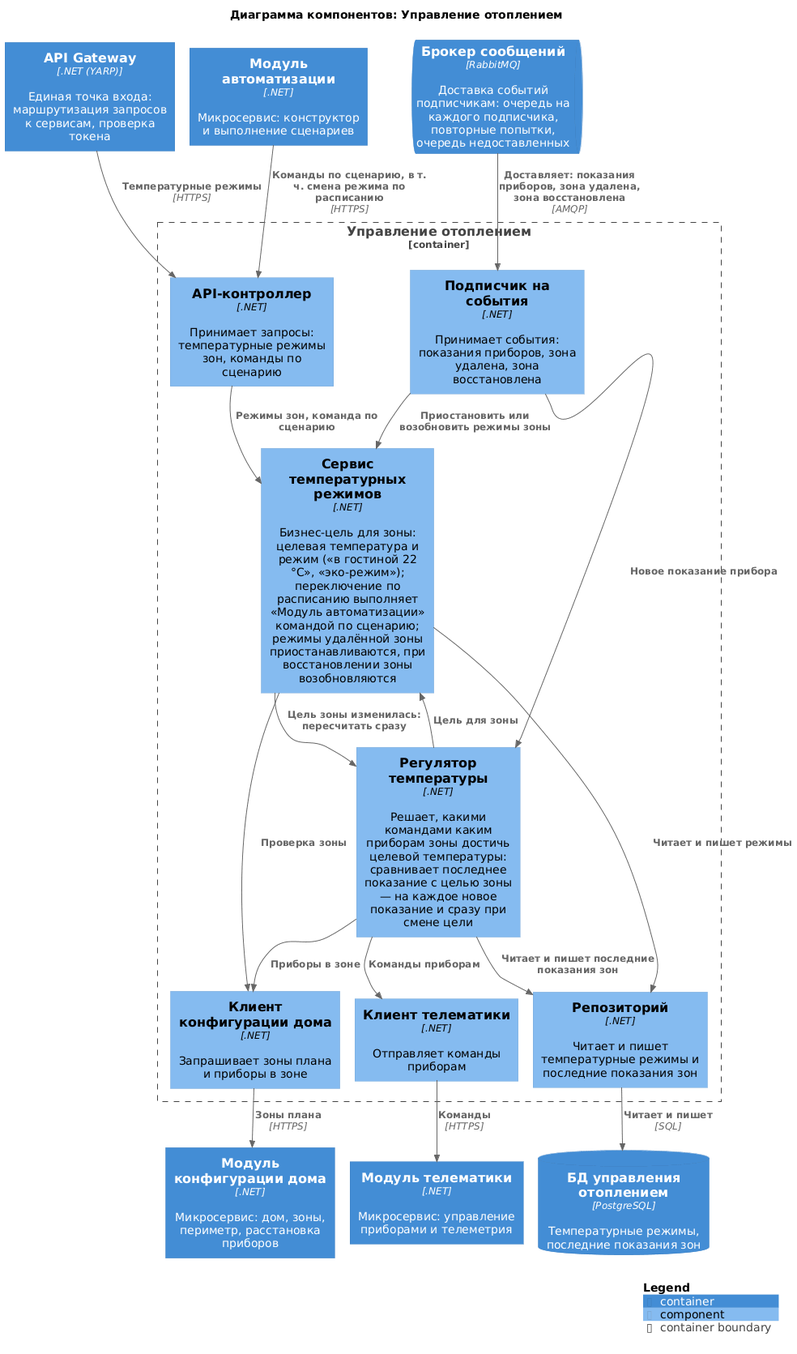
Above: diagrams/components/heating.png in Lyamin-av/architecture-warmhouse (PlantUML), before the change. Its diagram source:
```plantuml
@startuml heating
!include <C4/C4_Component>

title Диаграмма компонентов: Управление отоплением

Container(Gateway, "API Gateway", ".NET (YARP)", "Единая точка входа: маршрутизация запросов к сервисам, проверка токена")
Container(Automation, "Модуль автоматизации", ".NET", "Микросервис: конструктор и выполнение сценариев")
Container(HouseConfigurator, "Модуль конфигурации дома", ".NET", "Микросервис: дом, зоны, периметр, расстановка приборов")
Container(Telematics, "Модуль телематики", ".NET", "Микросервис: управление приборами и телеметрия")
ContainerQueue(Broker, "Брокер сообщений", "RabbitMQ", "Доставка событий подписчикам: очередь на каждого подписчика, повторные попытки, очередь недоставленных")
ContainerDb(dbHeating, "БД управления отоплением", "PostgreSQL", "Температурные режимы, последние показания зон")

Container_Boundary(Heating, "Управление отоплением") {
    Component(api, "API-контроллер", ".NET", "Принимает запросы: температурные режимы зон, команды по сценарию")
    Component(regimes, "Сервис температурных режимов", ".NET", "Бизнес-цель для зоны: целевая температура и режим («в гостиной 22 °C», «эко-режим»); переключение по расписанию выполняет «Модуль автоматизации» командой по сценарию; режимы удалённой зоны приостанавливаются, при восстановлении зоны возобновляются")
    Component(regulator, "Регулятор температуры", ".NET", "Решает, какими командами каким приборам зоны достичь целевой температуры: сравнивает последнее показание с целью зоны — на каждое новое показание и сразу при смене цели")
    Component(subscriber, "Подписчик на события", ".NET", "Принимает события: показания приборов, зона удалена, зона восстановлена")
    Component(hcClient, "Клиент конфигурации дома", ".NET", "Запрашивает зоны плана и приборы в зоне")
    Component(tmClient, "Клиент телематики", ".NET", "Отправляет команды приборам")
    Component(repo, "Репозиторий", ".NET", "Читает и пишет температурные режимы и последние показания зон")
}

Rel(Gateway, api, "Температурные режимы", "HTTPS")
Rel(Automation, api, "Команды по сценарию, в т. ч. смена режима по расписанию", "HTTPS")
Rel(Broker, subscriber, "Доставляет: показания приборов, зона удалена, зона восстановлена", "AMQP")

Rel(api, regimes, "Режимы зон, команда по сценарию")
Rel(subscriber, regimes, "Приостановить или возобновить режимы зоны")
Rel(subscriber, regulator, "Новое показание прибора")
Rel(regimes, hcClient, "Проверка зоны")
Rel(regulator, regimes, "Цель для зоны")
Rel(regimes, regulator, "Цель зоны изменилась: пересчитать сразу")
Rel(regulator, hcClient, "Приборы в зоне")
Rel(regulator, tmClient, "Команды приборам")
Rel(hcClient, HouseConfigurator, "Зоны плана", "HTTPS")
Rel(tmClient, Telematics, "Команды", "HTTPS")

Rel(regimes, repo, "Читает и пишет режимы")
Rel(regulator, repo, "Читает и пишет последние показания зон")
Rel(repo, dbHeating, "Читает и пишет", "SQL")

SHOW_LEGEND()
@enduml
```
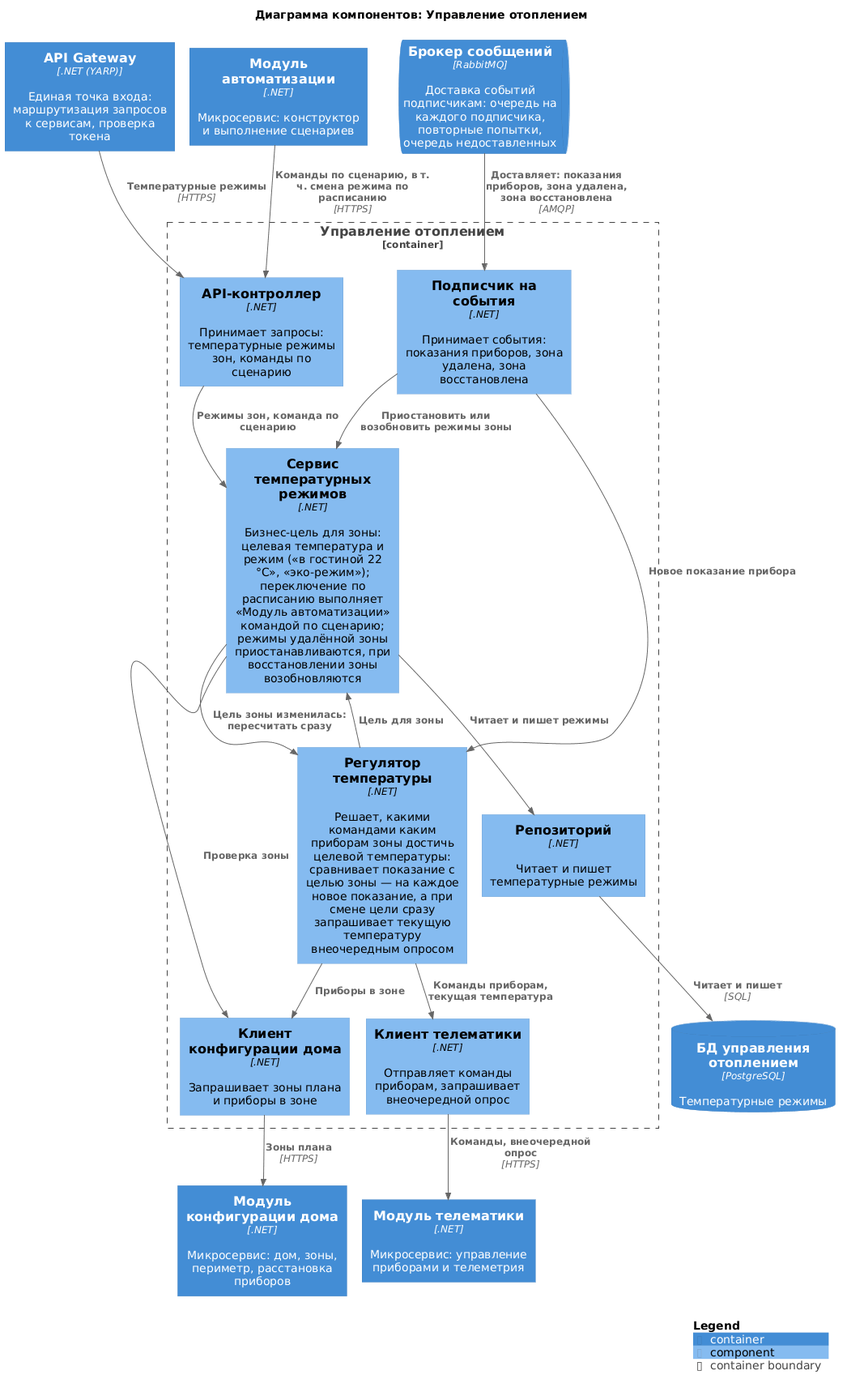
After the commit.

Commit message:
Отопление: при смене цели внеочередной опрос текущей температуры

What changed in the source:
```diff
@@ -8,16 +8,16 @@
 Container(HouseConfigurator, "Модуль конфигурации дома", ".NET", "Микросервис: дом, зоны, периметр, расстановка приборов")
 Container(Telematics, "Модуль телематики", ".NET", "Микросервис: управление приборами и телеметрия")
 ContainerQueue(Broker, "Брокер сообщений", "RabbitMQ", "Доставка событий подписчикам: очередь на каждого подписчика, повторные попытки, очередь недоставленных")
-ContainerDb(dbHeating, "БД управления отоплением", "PostgreSQL", "Температурные режимы, последние показания зон")
+ContainerDb(dbHeating, "БД управления отоплением", "PostgreSQL", "Температурные режимы")
 
 Container_Boundary(Heating, "Управление отоплением") {
     Component(api, "API-контроллер", ".NET", "Принимает запросы: температурные режимы зон, команды по сценарию")
     Component(regimes, "Сервис температурных режимов", ".NET", "Бизнес-цель для зоны: целевая температура и режим («в гостиной 22 °C», «эко-режим»); переключение по расписанию выполняет «Модуль автоматизации» командой по сценарию; режимы удалённой зоны приостанавливаются, при восстановлении зоны возобновляются")
-    Component(regulator, "Регулятор температуры", ".NET", "Решает, какими командами каким приборам зоны достичь целевой температуры: сравнивает последнее показание с целью зоны — на каждое новое показание и сразу при смене цели")
+    Component(regulator, "Регулятор температуры", ".NET", "Решает, какими командами каким приборам зоны достичь целевой температуры: сравнивает показание с целью зоны — на каждое новое показание, а при смене цели сразу запрашивает текущую температуру внеочередным опросом")
     Component(subscriber, "Подписчик на события", ".NET", "Принимает события: показания приборов, зона удалена, зона восстановлена")
     Component(hcClient, "Клиент конфигурации дома", ".NET", "Запрашивает зоны плана и приборы в зоне")
-    Component(tmClient, "Клиент телематики", ".NET", "Отправляет команды приборам")
-    Component(repo, "Репозиторий", ".NET", "Читает и пишет температурные режимы и последние показания зон")
+    Component(tmClient, "Клиент телематики", ".NET", "Отправляет команды приборам, запрашивает внеочередной опрос")
+    Component(repo, "Репозиторий", ".NET", "Читает и пишет температурные режимы")
 }
 
 Rel(Gateway, api, "Температурные режимы", "HTTPS")
@@ -31,12 +31,11 @@
 Rel(regulator, regimes, "Цель для зоны")
 Rel(regimes, regulator, "Цель зоны изменилась: пересчитать сразу")
 Rel(regulator, hcClient, "Приборы в зоне")
-Rel(regulator, tmClient, "Команды приборам")
+Rel(regulator, tmClient, "Команды приборам, текущая температура")
 Rel(hcClient, HouseConfigurator, "Зоны плана", "HTTPS")
-Rel(tmClient, Telematics, "Команды", "HTTPS")
+Rel(tmClient, Telematics, "Команды, внеочередной опрос", "HTTPS")
 
 Rel(regimes, repo, "Читает и пишет режимы")
-Rel(regulator, repo, "Читает и пишет последние показания зон")
 Rel(repo, dbHeating, "Читает и пишет", "SQL")
 
 SHOW_LEGEND()
```
